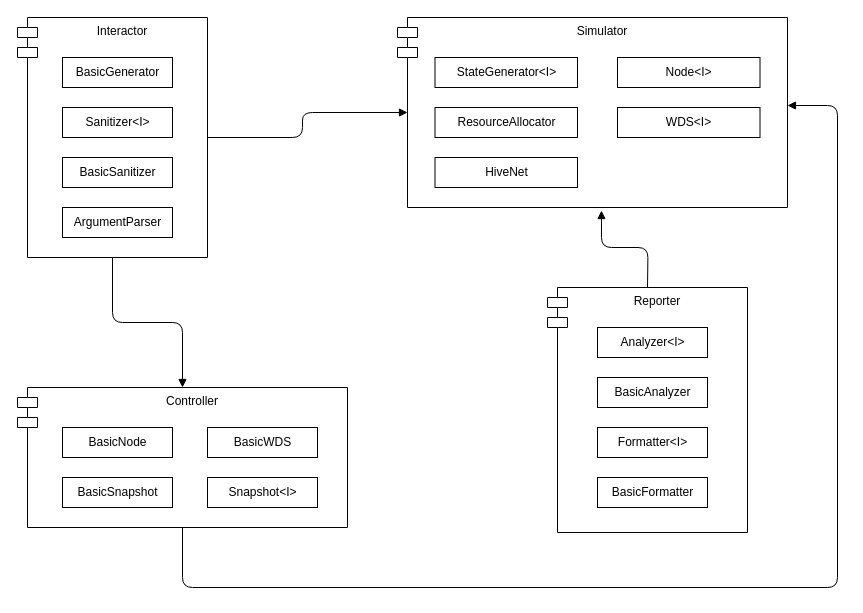
Above: page "Page-1" (1 of 3) of specs/DesignSpecs.drawio in arstevens/hive-sim (draw.io), before the change. Source tidied: cells renumbered, new cells numbered last; positions are measured from the earlier drawing's top-left corner, leaving out a move shared by most shapes. Both pictures are drawn from the tidied source at 100%, with x=0, y=0 at pixel (17, 17).
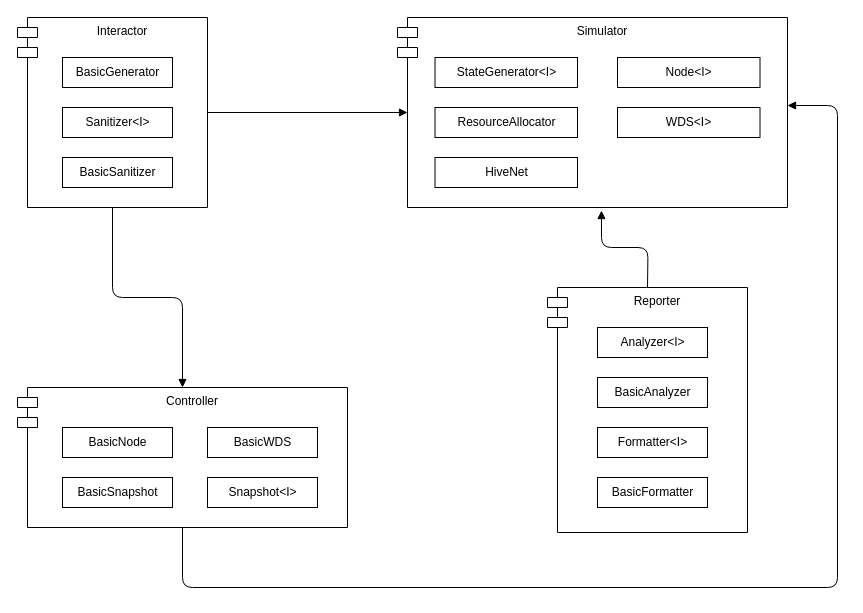
Above is the later version.

What changed in the source:
```diff
@@
     <mxCell id="2" value="Interactor" style="shape=module;align=left;spacingLeft=20;align=center;verticalAlign=top;" parent="1" vertex="1">
-      <mxGeometry width="190" height="240" as="geometry" />
+      <mxGeometry width="190" height="190" as="geometry" />
     </mxCell>
@@
-    <mxCell id="6" value="ArgumentParser" style="html=1;" parent="1" vertex="1">
-      <mxGeometry x="45" y="190" width="110" height="30" as="geometry" />
-    </mxCell>
```
